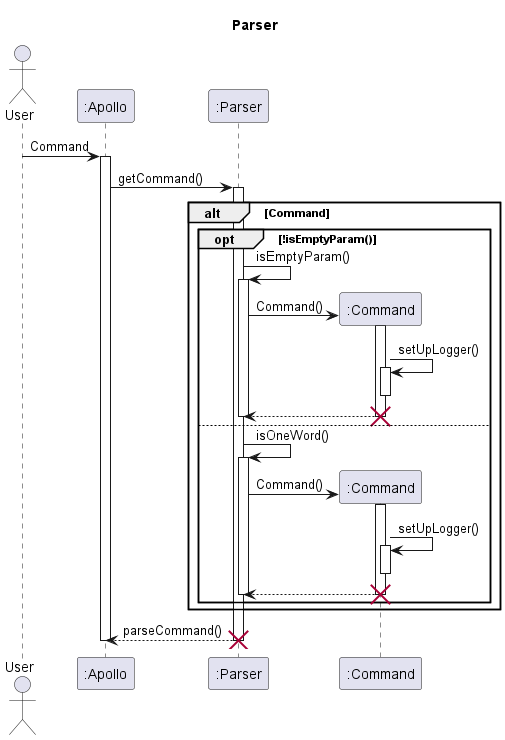
nus-cs2113-AY2223S2/tp keeps this PlantUML diagram as docs/uml-diagrams/Parser_Seq-Parser.png. Above is the earlier version.
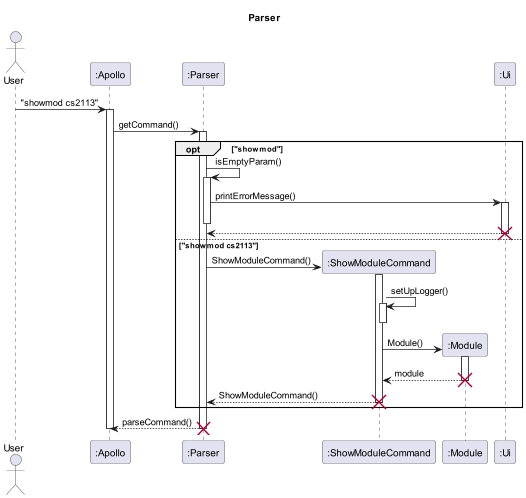
The same file after the commit.

Commit message:
Update sequence diagram according to comments

Diff of the diagram source:
```diff
@@ -8,48 +8,49 @@
 
 participant ":Apollo" as Apollo
 participant ":Parser" as Parser
-participant ":Command" as Command
+participant ":ShowModuleCommand" as Command
+participant ":Module" as Module
+participant ":Ui" as Ui
 
-User -> Apollo : Command
+User -> Apollo : "showmod cs2113"
 activate Apollo
 Apollo -> Parser : getCommand()
 activate Parser
 
-alt Command
-
-opt !isEmptyParam()
+opt "showmod"
 Parser -> Parser : isEmptyParam()
 activate Parser
-Parser -> Command** : Command()
+Parser -> Ui :printErrorMessage()
+activate Ui
+deactivate Parser
+
+Ui --> Parser
+deactivate Ui
+destroy Ui
+
+
+else "showmod cs2113"
+
+
+Parser -> Command** : ShowModuleCommand()
 activate Command
 Command -> Command : setUpLogger()
 activate Command
 deactivate Command
 
-Command --> Parser
+Command -> Module** : Module()
+activate Module
+Module --> Command : module
+deactivate Module
+destroy Module
+
+Command --> Parser : ShowModuleCommand()
 deactivate Command
 destroy Command
 
-deactivate Parser
-
-else
-
-Parser -> Parser : isOneWord()
-activate Parser
-Parser -> Command** : Command()
-activate Command
-Command -> Command : setUpLogger()
-activate Command
-deactivate Command
-Command --> Parser
-deactivate Command
-destroy Command
-
-deactivate Parser
 
 end
 
-end
 Parser --> Apollo : parseCommand()
 deactivate Parser
 destroy Parser
```
